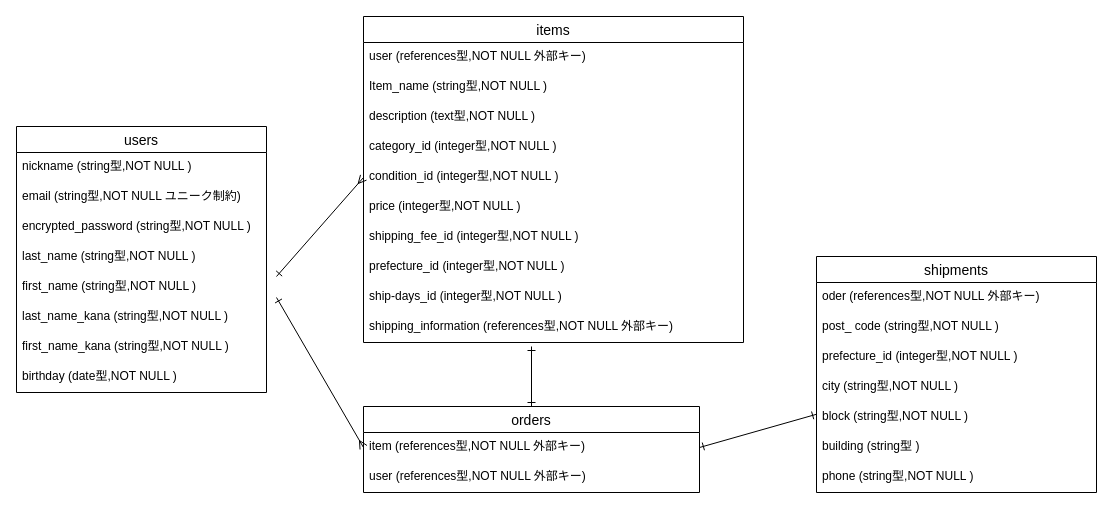
kotalo122/furima-38818 keeps this draw.io diagram as furima.dio. Above is the earlier version. Source tidied: cells renumbered, new cells numbered last; positions are measured from the earlier drawing's top-left corner, leaving out a move shared by most shapes. Both pictures are drawn from the tidied source at 100%, with x=0, y=0 at pixel (16, 16).
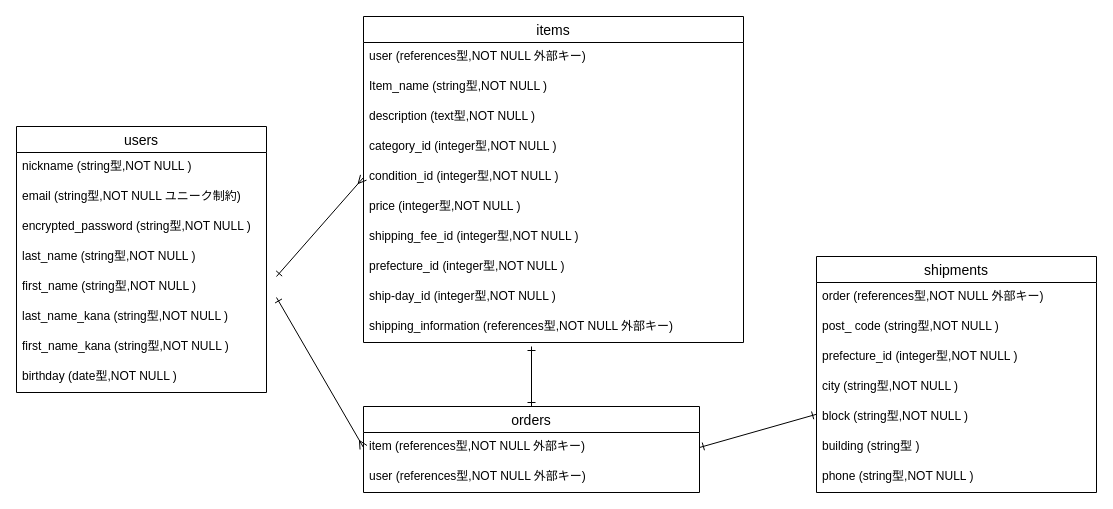
Above is the later version.

Commit message (it also covers changes not shown here):
データベース設計５回目

Unchanged cells that the change refers to:
```xml
<mxCell id="11" value="items" style="swimlane;fontStyle=0;horizontal=1;startSize=26;align=center;fontSize=14;" parent="1" vertex="1">
  <mxGeometry x="347" width="380" height="326" as="geometry" />
</mxCell>
<mxCell id="27" value="shipments" style="swimlane;fontStyle=0;horizontal=1;startSize=26;align=center;fontSize=14;" parent="1" vertex="1">
  <mxGeometry x="800" y="240" width="280" height="236" as="geometry" />
</mxCell>
```

Diff of the diagram source:
```diff
@@
-    <mxCell id="20" value="ship-days_id (integer型,NOT NULL )" style="text;strokeColor=none;fillColor=none;spacingLeft=4;spacingRight=4;overflow=hidden;fontSize=12;" parent="11" vertex="1">
+    <mxCell id="20" value="ship-day_id (integer型,NOT NULL )" style="text;strokeColor=none;fillColor=none;spacingLeft=4;spacingRight=4;overflow=hidden;fontSize=12;" parent="11" vertex="1">
       <mxGeometry y="266" width="380" height="30" as="geometry" />
     </mxCell>
@@
-    <mxCell id="28" value="oder (references型,NOT NULL 外部キー)" style="text;strokeColor=none;fillColor=none;spacingLeft=4;spacingRight=4;overflow=hidden;fontSize=12;" parent="27" vertex="1">
+    <mxCell id="28" value="order (references型,NOT NULL 外部キー)" style="text;strokeColor=none;fillColor=none;spacingLeft=4;spacingRight=4;overflow=hidden;fontSize=12;" parent="27" vertex="1">
       <mxGeometry y="26" width="280" height="30" as="geometry" />
     </mxCell>
```
